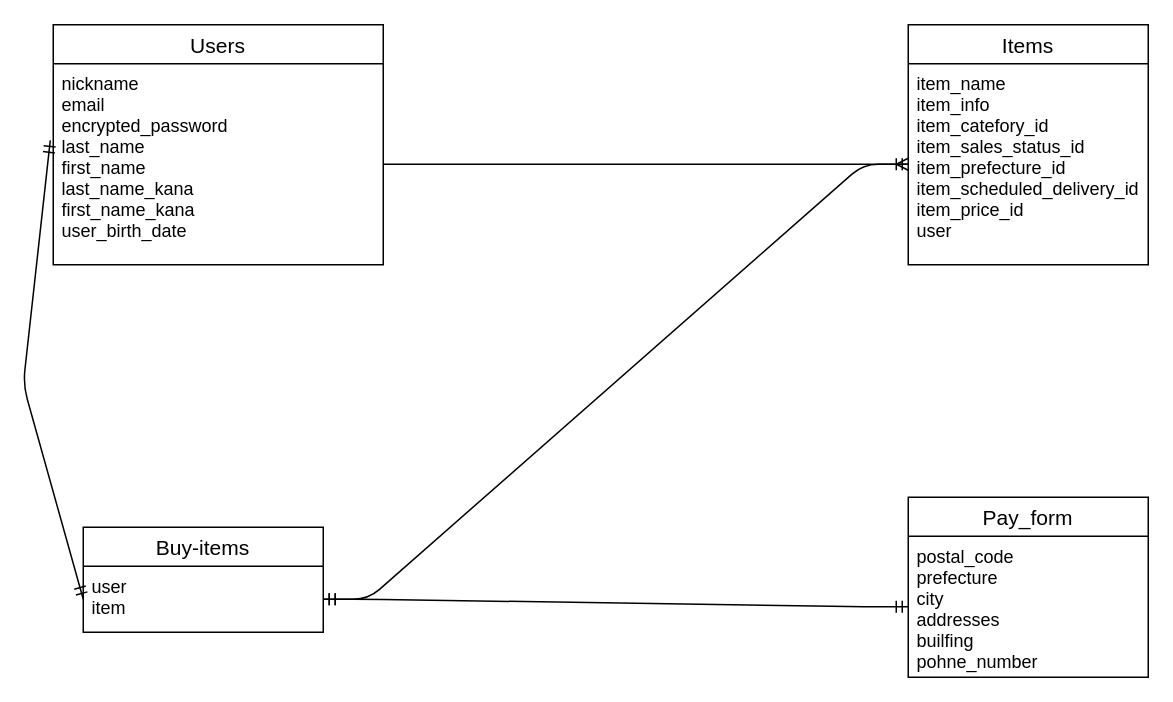
This is test.dio from Koba0822/furima-37893, a draw.io file, before an edit. Source tidied: cells renumbered, new cells numbered last; positions are measured from the earlier drawing's top-left corner, leaving out a move shared by most shapes. Both pictures are drawn from the tidied source at 150%, with x=0, y=0 at pixel (22, 24).
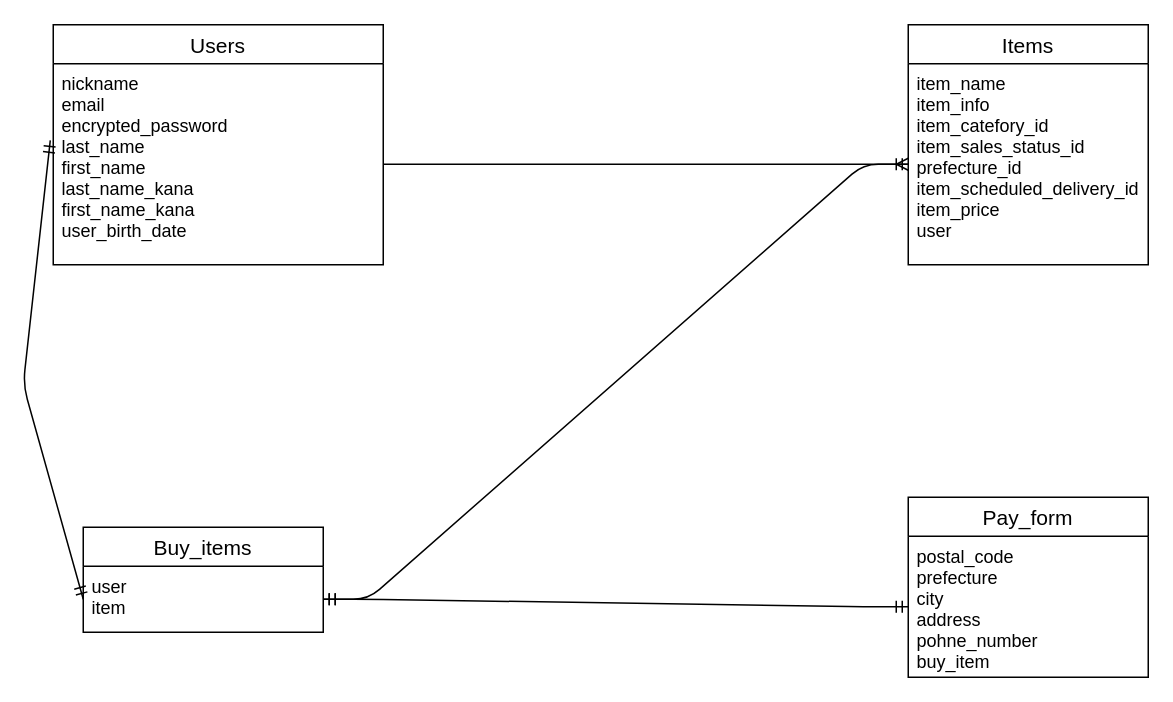
The same page after the edit.

What changed in the source:
```diff
@@
 <mxGraphModel>
   <root>
     <mxCell id="0" />
     <mxCell id="1" parent="0" />
     <mxCell id="2" value="Items" style="swimlane;fontStyle=0;horizontal=1;startSize=26;align=center;fontSize=14;" parent="1" vertex="1">
       <mxGeometry x="590" width="160" height="160" as="geometry" />
     </mxCell>
     <mxCell id="3" value="Users" style="swimlane;fontStyle=0;horizontal=1;startSize=26;align=center;fontSize=14;" parent="1" vertex="1">
       <mxGeometry x="20" width="220" height="160" as="geometry" />
     </mxCell>
     <mxCell id="4" value="nickname&#10;email&#10;encrypted_password&#10;last_name&#10;first_name&#10;last_name_kana&#10;first_name_kana&#10;user_birth_date" style="text;strokeColor=none;fillColor=none;spacingLeft=4;spacingRight=4;overflow=hidden;points=[[0,0.5],[1,0.5]];portConstraint=eastwest;fontSize=12;" parent="3" vertex="1">
       <mxGeometry y="26" width="220" height="134" as="geometry" />
     </mxCell>
-    <mxCell id="5" value="Buy-items" style="swimlane;fontStyle=0;horizontal=1;startSize=26;align=center;fontSize=14;" parent="1" vertex="1">
+    <mxCell id="5" value="Buy_items" style="swimlane;fontStyle=0;horizontal=1;startSize=26;align=center;fontSize=14;" parent="1" vertex="1">
       <mxGeometry x="40" y="335" width="160" height="70" as="geometry" />
     </mxCell>
     <mxCell id="6" value="user&#10;item" style="text;strokeColor=none;fillColor=none;spacingLeft=4;spacingRight=4;overflow=hidden;points=[[0,0.5],[1,0.5]];portConstraint=eastwest;fontSize=12;" parent="5" vertex="1">
       <mxGeometry y="26" width="160" height="44" as="geometry" />
     </mxCell>
     <mxCell id="7" style="edgeStyle=entityRelationEdgeStyle;fontSize=12;html=1;endArrow=ERmany;exitX=1;exitY=0.5;exitDx=0;exitDy=0;entryX=0;entryY=0.5;entryDx=0;entryDy=0;" parent="1" edge="1" source="4" target="13">
       <mxGeometry relative="1" as="geometry" />
     </mxCell>
     <mxCell id="8" value="Pay_form" style="swimlane;fontStyle=0;horizontal=1;startSize=26;align=center;fontSize=14;" parent="1" vertex="1">
       <mxGeometry x="590" y="315" width="160" height="120" as="geometry" />
     </mxCell>
-    <mxCell id="9" value="postal_code&#10;prefecture&#10;city&#10;addresses&#10;builfing&#10;pohne_number" style="text;strokeColor=none;fillColor=none;spacingLeft=4;spacingRight=4;overflow=hidden;points=[[0,0.5],[1,0.5]];portConstraint=eastwest;fontSize=12;" parent="8" vertex="1">
+    <mxCell id="9" value="postal_code&#10;prefecture&#10;city&#10;address&#10;pohne_number&#10;buy_item" style="text;strokeColor=none;fillColor=none;spacingLeft=4;spacingRight=4;overflow=hidden;points=[[0,0.5],[1,0.5]];portConstraint=eastwest;fontSize=12;" parent="8" vertex="1">
       <mxGeometry y="26" width="160" height="94" as="geometry" />
     </mxCell>
     <mxCell id="10" style="edgeStyle=entityRelationEdgeStyle;fontSize=12;html=1;endArrow=ERmandOne;startArrow=ERmandOne;entryX=0;entryY=0.5;entryDx=0;entryDy=0;" parent="1" edge="1" source="6" target="9">
       <mxGeometry relative="1" as="geometry" />
     </mxCell>
     <mxCell id="11" style="edgeStyle=entityRelationEdgeStyle;fontSize=12;html=1;endArrow=ERmandOne;startArrow=ERmandOne;entryX=0;entryY=0.5;entryDx=0;entryDy=0;exitX=1;exitY=0.5;exitDx=0;exitDy=0;" parent="1" edge="1" source="6" target="13">
       <mxGeometry relative="1" as="geometry" />
     </mxCell>
     <mxCell id="12" style="fontSize=12;html=1;endArrow=ERmandOne;startArrow=ERmandOne;entryX=0;entryY=0.5;entryDx=0;entryDy=0;exitX=-0.009;exitY=0.381;exitDx=0;exitDy=0;exitPerimeter=0;" parent="1" edge="1" source="4" target="6">
       <mxGeometry relative="1" as="geometry">
         <Array as="points">
           <mxPoint y="240" />
         </Array>
       </mxGeometry>
     </mxCell>
-    <mxCell id="13" value="item_name&#10;item_info&#10;item_catefory_id&#10;item_sales_status_id&#10;item_prefecture_id&#10;item_scheduled_delivery_id&#10;item_price_id&#10;user&#10;" style="text;strokeColor=none;fillColor=none;spacingLeft=4;spacingRight=4;overflow=hidden;points=[[0,0.5],[1,0.5]];portConstraint=eastwest;fontSize=12;" parent="1" vertex="1">
+    <mxCell id="13" value="item_name&#10;item_info&#10;item_catefory_id&#10;item_sales_status_id&#10;prefecture_id&#10;item_scheduled_delivery_id&#10;item_price&#10;user&#10;" style="text;strokeColor=none;fillColor=none;spacingLeft=4;spacingRight=4;overflow=hidden;points=[[0,0.5],[1,0.5]];portConstraint=eastwest;fontSize=12;" parent="1" vertex="1">
       <mxGeometry x="590" y="26" width="160" height="134" as="geometry" />
     </mxCell>
   </root>
 </mxGraphModel>
```
